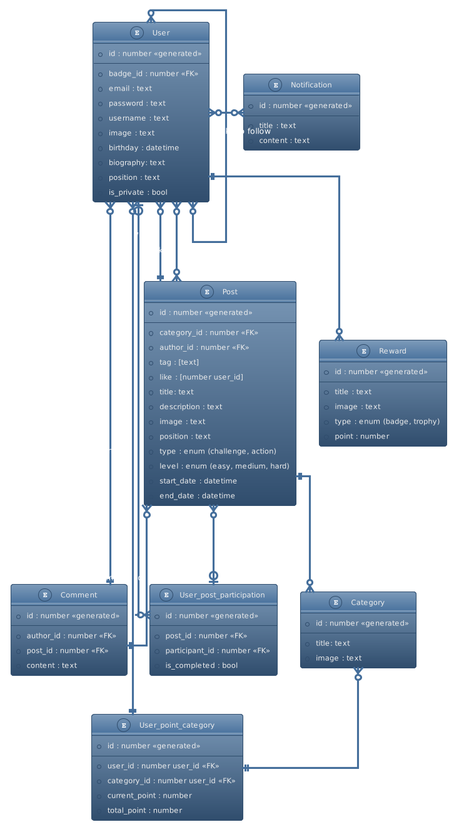
Above: conception/diagrams/entity_relation/entity_relation.png in Eco-Gest/Frontend-Flutter (PlantUML), before the change.
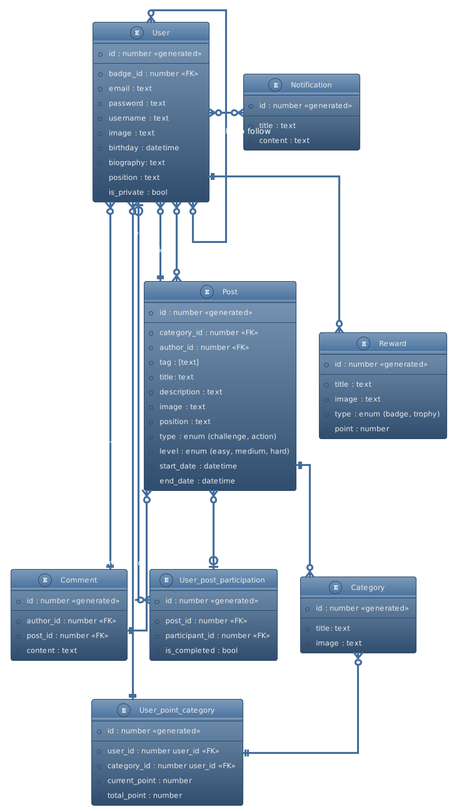
After the commit.

Commit message:
update diagram entity relation feedback kevin

Diff of the diagram source:
```diff
@@ -30,7 +30,6 @@
   *category_id : number <<FK>>
   *author_id : number <<FK>>
   *tag : [text]
-  *like : [number user_id]
   *title: text
   *description : text
   *image : text
```
